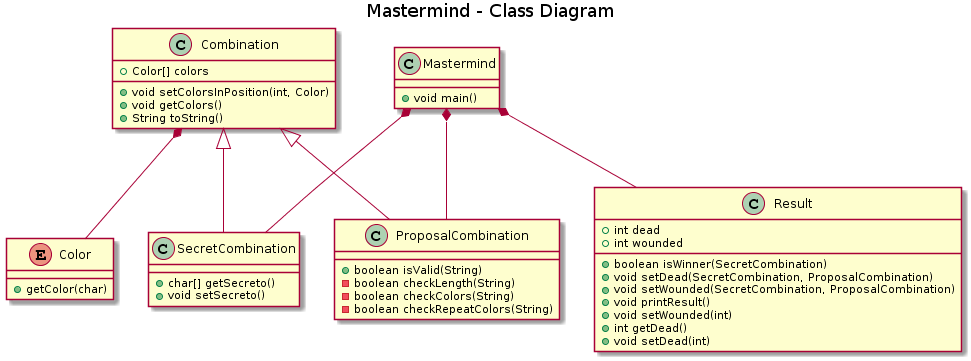
The PlantUML diagram images/diagramaClasesIteracion3.png in laucv/mastermind, before a commit.
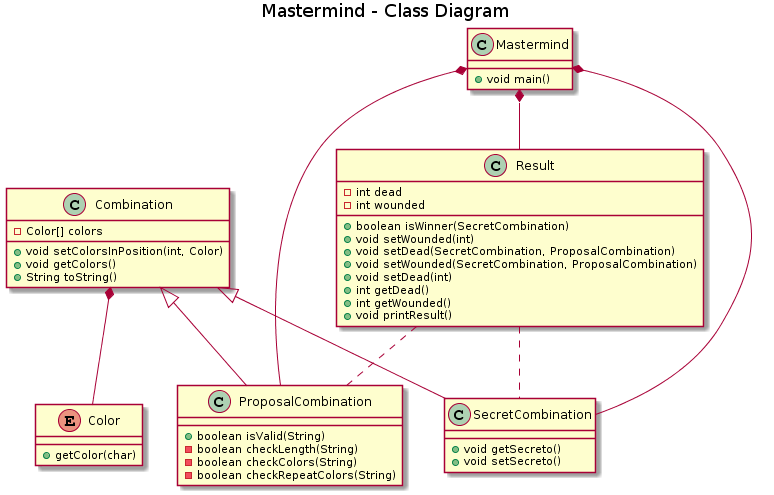
The same file after the commit.

Commit message:
corrección diagrama

The edit, as a diff of the source:
```diff
@@ -3,12 +3,12 @@
 
 
 class Mastermind {
-    +void main()
+    + void main()
 }
 
 
 class SecretCombination{
-    +char[] getSecreto()
+    +void getSecreto()
     +void setSecreto()
 }
 
@@ -20,32 +20,39 @@
 }
 
 class Combination{
-    +Color[] colors
+    -Color[] colors
     +void setColorsInPosition(int, Color)
     +void getColors()
     +String toString()
 }
 
 Enum Color{
-    +getColor(char)
+    + getColor(char)
 }
 
 class Result{
-    +int dead
-    +int wounded
+    -int dead
+    -int wounded
     +boolean isWinner(SecretCombination)
+    +void setWounded(int)
     +void setDead(SecretCombination, ProposalCombination)
     +void setWounded(SecretCombination, ProposalCombination)
+    +void setDead(int)
+    +int getDead()
+    +int getWounded()
     +void printResult()
-    +void setWounded(int)
-    +int getDead()
-    +void setDead(int)
 }
+
 
 Mastermind *-- SecretCombination
 Mastermind *-- ProposalCombination
 Mastermind *-- Result
+
+
 Combination *-- Color
 Combination <|-- SecretCombination
 Combination <|-- ProposalCombination
+
+Result .. ProposalCombination
+Result .. SecretCombination
 @enduml
```
